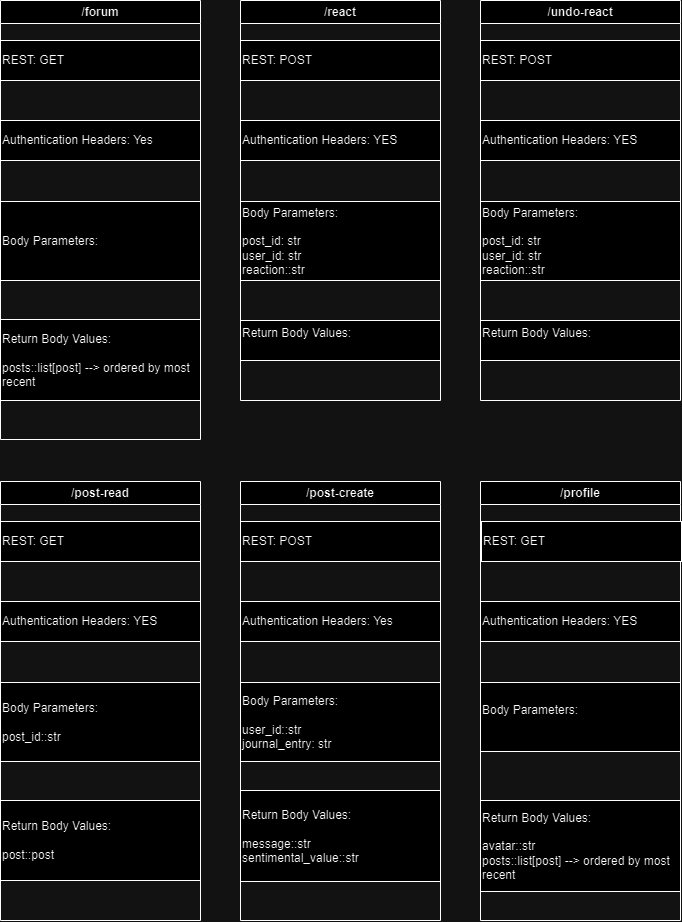
The draw.io diagram backend/assets/backend_APIs.drawio.png in terwo/yapyap, before a commit. Source tidied: cells renumbered, new cells last; positions are measured from the earlier drawing's top-left corner, leaving out a move shared by most shapes.
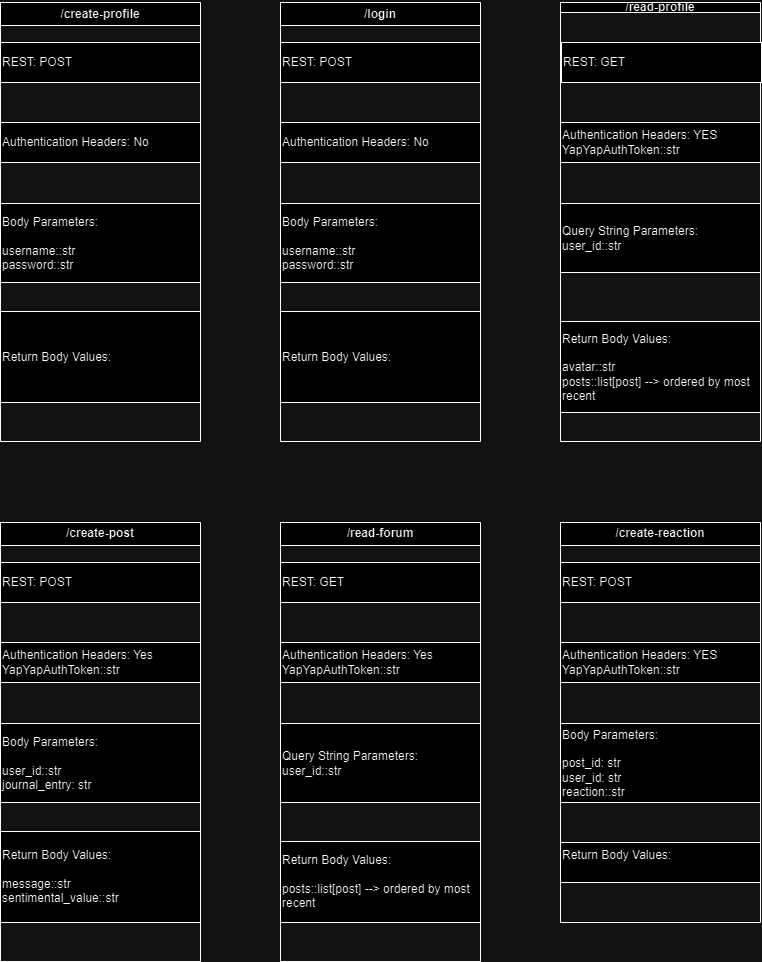
The same file after the commit.

Change to the diagram source:
```diff
@@ -2,28 +2,28 @@
   <root>
     <mxCell id="0" />
     <mxCell id="1" parent="0" />
-    <mxCell id="2" value="/forum" style="swimlane;whiteSpace=wrap;html=1;" parent="1" vertex="1">
-      <mxGeometry width="200" height="439" as="geometry" />
+    <mxCell id="2" value="/read-forum" style="swimlane;whiteSpace=wrap;html=1;" parent="1" vertex="1">
+      <mxGeometry x="280" y="520" width="200" height="439" as="geometry" />
     </mxCell>
     <mxCell id="3" value="REST: GET" style="rounded=0;whiteSpace=wrap;html=1;align=left;" parent="2" vertex="1">
       <mxGeometry y="40" width="200" height="40" as="geometry" />
     </mxCell>
-    <mxCell id="4" value="Authentication Headers: Yes" style="rounded=0;whiteSpace=wrap;html=1;align=left;" parent="2" vertex="1">
+    <mxCell id="4" value="Authentication Headers: Yes&lt;br&gt;YapYapAuthToken::str" style="rounded=0;whiteSpace=wrap;html=1;align=left;" parent="2" vertex="1">
       <mxGeometry y="120" width="200" height="40" as="geometry" />
     </mxCell>
-    <mxCell id="5" value="Body Parameters:&lt;br&gt;" style="rounded=0;whiteSpace=wrap;html=1;align=left;" parent="2" vertex="1">
+    <mxCell id="5" value="Query String Parameters:&lt;br style=&quot;border-color: var(--border-color);&quot;&gt;user_id::str" style="rounded=0;whiteSpace=wrap;html=1;align=left;" parent="2" vertex="1">
       <mxGeometry y="201" width="200" height="79" as="geometry" />
     </mxCell>
     <mxCell id="6" value="Return Body Values:&lt;br&gt;&lt;br&gt;posts::list[post] --&amp;gt; ordered by most recent" style="rounded=0;whiteSpace=wrap;html=1;align=left;" parent="2" vertex="1">
       <mxGeometry y="319" width="200" height="81" as="geometry" />
     </mxCell>
-    <mxCell id="7" value="/post-create" style="swimlane;whiteSpace=wrap;html=1;" parent="1" vertex="1">
-      <mxGeometry x="240" y="481" width="200" height="439" as="geometry" />
+    <mxCell id="7" value="/create-post" style="swimlane;whiteSpace=wrap;html=1;" parent="1" vertex="1">
+      <mxGeometry y="520" width="200" height="439" as="geometry" />
     </mxCell>
     <mxCell id="8" value="REST: POST" style="rounded=0;whiteSpace=wrap;html=1;align=left;" parent="7" vertex="1">
       <mxGeometry y="40" width="200" height="40" as="geometry" />
     </mxCell>
-    <mxCell id="9" value="Authentication Headers: Yes" style="rounded=0;whiteSpace=wrap;html=1;align=left;" parent="7" vertex="1">
+    <mxCell id="9" value="Authentication Headers: Yes&lt;br&gt;YapYapAuthToken::str" style="rounded=0;whiteSpace=wrap;html=1;align=left;" parent="7" vertex="1">
       <mxGeometry y="120" width="200" height="40" as="geometry" />
     </mxCell>
     <mxCell id="10" value="Body Parameters:&lt;br&gt;&lt;br&gt;user_id::str&lt;br&gt;journal_entry: str" style="rounded=0;whiteSpace=wrap;html=1;align=left;" parent="7" vertex="1">
@@ -32,28 +32,28 @@
     <mxCell id="11" value="Return Body Values:&lt;br&gt;&lt;br&gt;message::str&lt;br&gt;sentimental_value::str" style="rounded=0;whiteSpace=wrap;html=1;align=left;" parent="7" vertex="1">
       <mxGeometry y="309" width="200" height="91" as="geometry" />
     </mxCell>
-    <mxCell id="12" value="/profile" style="swimlane;whiteSpace=wrap;html=1;" parent="1" vertex="1">
-      <mxGeometry x="480" y="481" width="200" height="439" as="geometry" />
+    <mxCell id="12" value="/read-profile" style="swimlane;whiteSpace=wrap;html=1;startSize=10;" parent="1" vertex="1">
+      <mxGeometry x="560" width="200" height="439" as="geometry" />
     </mxCell>
     <mxCell id="13" value="REST: GET" style="rounded=0;whiteSpace=wrap;html=1;align=left;" parent="12" vertex="1">
       <mxGeometry x="1" y="40" width="200" height="40" as="geometry" />
     </mxCell>
-    <mxCell id="14" value="Authentication Headers: YES" style="rounded=0;whiteSpace=wrap;html=1;align=left;" parent="12" vertex="1">
+    <mxCell id="14" value="Authentication Headers: YES&lt;br&gt;YapYapAuthToken::str" style="rounded=0;whiteSpace=wrap;html=1;align=left;" parent="12" vertex="1">
       <mxGeometry y="120" width="200" height="40" as="geometry" />
     </mxCell>
-    <mxCell id="15" value="Body Parameters:&lt;br&gt;&lt;br&gt;" style="rounded=0;whiteSpace=wrap;html=1;align=left;" parent="12" vertex="1">
+    <mxCell id="15" value="Query String Parameters:&lt;br&gt;user_id::str" style="rounded=0;whiteSpace=wrap;html=1;align=left;" parent="12" vertex="1">
       <mxGeometry y="201" width="200" height="69" as="geometry" />
     </mxCell>
     <mxCell id="16" value="Return Body Values:&lt;br&gt;&lt;br&gt;avatar::str&lt;br&gt;posts::list[post] --&amp;gt; ordered by most recent" style="rounded=0;whiteSpace=wrap;html=1;align=left;" parent="12" vertex="1">
       <mxGeometry y="319" width="200" height="91" as="geometry" />
     </mxCell>
-    <mxCell id="17" value="/react" style="swimlane;whiteSpace=wrap;html=1;" parent="1" vertex="1">
-      <mxGeometry x="240" width="200" height="400" as="geometry" />
+    <mxCell id="17" value="/create-reaction" style="swimlane;whiteSpace=wrap;html=1;" parent="1" vertex="1">
+      <mxGeometry x="560" y="520" width="200" height="400" as="geometry" />
     </mxCell>
     <mxCell id="18" value="REST: POST" style="rounded=0;whiteSpace=wrap;html=1;align=left;" parent="17" vertex="1">
       <mxGeometry y="40" width="200" height="40" as="geometry" />
     </mxCell>
-    <mxCell id="19" value="Authentication Headers: YES" style="rounded=0;whiteSpace=wrap;html=1;align=left;" parent="17" vertex="1">
+    <mxCell id="19" value="Authentication Headers: YES&lt;br&gt;YapYapAuthToken::str" style="rounded=0;whiteSpace=wrap;html=1;align=left;" parent="17" vertex="1">
       <mxGeometry y="120" width="200" height="40" as="geometry" />
     </mxCell>
     <mxCell id="20" value="Body Parameters:&lt;br&gt;&lt;br&gt;post_id: str&lt;br&gt;user_id: str&lt;br&gt;reaction::str" style="rounded=0;whiteSpace=wrap;html=1;align=left;" parent="17" vertex="1">
@@ -62,35 +62,35 @@
     <mxCell id="21" value="Return Body Values:&lt;br&gt;&lt;br&gt;" style="rounded=0;whiteSpace=wrap;html=1;align=left;" parent="17" vertex="1">
       <mxGeometry y="320" width="200" height="40" as="geometry" />
     </mxCell>
-    <mxCell id="22" value="/post-read" style="swimlane;whiteSpace=wrap;html=1;" parent="1" vertex="1">
-      <mxGeometry y="481" width="200" height="439" as="geometry" />
-    </mxCell>
-    <mxCell id="23" value="REST: GET" style="rounded=0;whiteSpace=wrap;html=1;align=left;" parent="22" vertex="1">
-      <mxGeometry y="40" width="200" height="40" as="geometry" />
-    </mxCell>
-    <mxCell id="24" value="Authentication Headers: YES" style="rounded=0;whiteSpace=wrap;html=1;align=left;" parent="22" vertex="1">
-      <mxGeometry y="120" width="200" height="40" as="geometry" />
-    </mxCell>
-    <mxCell id="25" value="Body Parameters:&lt;br&gt;&lt;br&gt;post_id::str" style="rounded=0;whiteSpace=wrap;html=1;align=left;" parent="22" vertex="1">
-      <mxGeometry y="201" width="200" height="79" as="geometry" />
-    </mxCell>
-    <mxCell id="26" value="Return Body Values:&lt;br&gt;&lt;br&gt;post::post" style="rounded=0;whiteSpace=wrap;html=1;align=left;" parent="22" vertex="1">
-      <mxGeometry y="319" width="200" height="80" as="geometry" />
-    </mxCell>
-    <mxCell id="27" value="/undo-react" style="swimlane;whiteSpace=wrap;html=1;" parent="1" vertex="1">
-      <mxGeometry x="480" width="200" height="400" as="geometry" />
-    </mxCell>
-    <mxCell id="28" value="REST: POST" style="rounded=0;whiteSpace=wrap;html=1;align=left;" parent="27" vertex="1">
-      <mxGeometry y="40" width="200" height="40" as="geometry" />
-    </mxCell>
-    <mxCell id="29" value="Authentication Headers: YES" style="rounded=0;whiteSpace=wrap;html=1;align=left;" parent="27" vertex="1">
-      <mxGeometry y="120" width="200" height="40" as="geometry" />
-    </mxCell>
-    <mxCell id="30" value="Body Parameters:&lt;br&gt;&lt;br&gt;post_id: str&lt;br&gt;user_id: str&lt;br&gt;reaction::str" style="rounded=0;whiteSpace=wrap;html=1;align=left;" parent="27" vertex="1">
-      <mxGeometry y="201" width="200" height="79" as="geometry" />
-    </mxCell>
-    <mxCell id="31" value="Return Body Values:&lt;br&gt;&lt;br&gt;" style="rounded=0;whiteSpace=wrap;html=1;align=left;" parent="27" vertex="1">
-      <mxGeometry y="320" width="200" height="40" as="geometry" />
-    </mxCell>
+    <mxCell id="32" value="/create-profile" style="swimlane;whiteSpace=wrap;html=1;" parent="1" vertex="1">
+      <mxGeometry width="200" height="439" as="geometry" />
+    </mxCell>
+    <mxCell id="33" value="REST: POST" style="rounded=0;whiteSpace=wrap;html=1;align=left;" parent="32" vertex="1">
+      <mxGeometry y="40" width="200" height="40" as="geometry" />
+    </mxCell>
+    <mxCell id="34" value="Authentication Headers: No" style="rounded=0;whiteSpace=wrap;html=1;align=left;" parent="32" vertex="1">
+      <mxGeometry y="120" width="200" height="40" as="geometry" />
+    </mxCell>
+    <mxCell id="35" value="Body Parameters:&lt;br&gt;&lt;br&gt;username::str&lt;br&gt;password::str" style="rounded=0;whiteSpace=wrap;html=1;align=left;" parent="32" vertex="1">
+      <mxGeometry y="201" width="200" height="79" as="geometry" />
+    </mxCell>
+    <mxCell id="36" value="Return Body Values:&lt;br&gt;" style="rounded=0;whiteSpace=wrap;html=1;align=left;" parent="32" vertex="1">
+      <mxGeometry y="309" width="200" height="91" as="geometry" />
+    </mxCell>
+    <mxCell id="37" value="/login" style="swimlane;whiteSpace=wrap;html=1;" parent="1" vertex="1">
+      <mxGeometry x="280" width="200" height="439" as="geometry" />
+    </mxCell>
+    <mxCell id="38" value="REST: POST" style="rounded=0;whiteSpace=wrap;html=1;align=left;" parent="37" vertex="1">
+      <mxGeometry y="40" width="200" height="40" as="geometry" />
+    </mxCell>
+    <mxCell id="39" value="Authentication Headers: No" style="rounded=0;whiteSpace=wrap;html=1;align=left;" parent="37" vertex="1">
+      <mxGeometry y="120" width="200" height="40" as="geometry" />
+    </mxCell>
+    <mxCell id="40" value="Body Parameters:&lt;br&gt;&lt;br&gt;username::str&lt;br&gt;password::str" style="rounded=0;whiteSpace=wrap;html=1;align=left;" parent="37" vertex="1">
+      <mxGeometry y="201" width="200" height="79" as="geometry" />
+    </mxCell>
+    <mxCell id="41" value="Return Body Values:&lt;br&gt;" style="rounded=0;whiteSpace=wrap;html=1;align=left;" parent="37" vertex="1">
+      <mxGeometry y="309" width="200" height="91" as="geometry" />
+    </mxCell>
   </root>
 </mxGraphModel>
```
